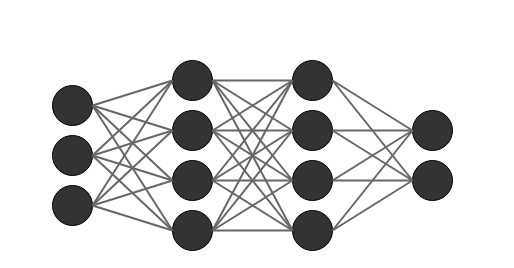
Earlier version of the draw.io diagram Neural_network.drawio (HolgerStenberg/KTH_KEX-jobb_2021). Source tidied: cells renumbered, new cells numbered last; positions are measured from the earlier drawing's top-left corner, leaving out a move shared by most shapes. Both pictures are drawn from the tidied source at 100%, with x=0, y=0 at pixel (52, 60).
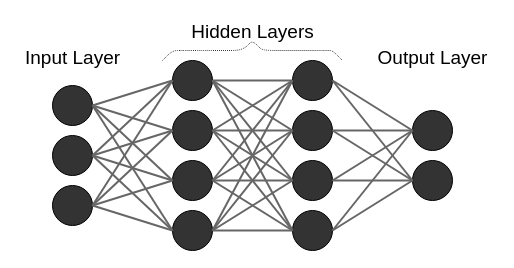
After the change.

The edit, as a diff of the source:
```diff
@@
+    <mxCell id="51" value="Input Layer" style="text;html=1;align=center;verticalAlign=middle;fontSize=19;" parent="1" vertex="1">
+      <mxGeometry x="-35" y="-17" width="110" height="30" as="geometry" />
+    </mxCell>
+    <mxCell id="52" value="Output Layer" style="text;html=1;align=center;verticalAlign=middle;fontSize=19;" parent="1" vertex="1">
+      <mxGeometry x="315" y="-17" width="130" height="30" as="geometry" />
+    </mxCell>
+    <mxCell id="53" value="Hidden Layers" style="text;html=1;align=center;verticalAlign=middle;fontSize=19;" parent="1" vertex="1">
+      <mxGeometry x="130" y="-43" width="140" height="30" as="geometry" />
+    </mxCell>
+    <mxCell id="54" style="endArrow=none;dashed=1;html=1;strokeWidth=1;dashPattern=1 1;strokeColor=#333333;" parent="1" edge="1">
+      <mxGeometry relative="1" as="geometry">
+        <mxPoint x="110" as="sourcePoint" />
+        <mxPoint x="290" as="targetPoint" />
+        <Array as="points">
+          <mxPoint x="120" y="-10" />
+          <mxPoint x="130" y="-10" />
+          <mxPoint x="150" y="-10" />
+          <mxPoint x="190" y="-10" />
+          <mxPoint x="200" y="-20" />
+          <mxPoint x="210" y="-10" />
+          <mxPoint x="270" y="-10" />
+          <mxPoint x="280" y="-10" />
+        </Array>
+      </mxGeometry>
+    </mxCell>
```
